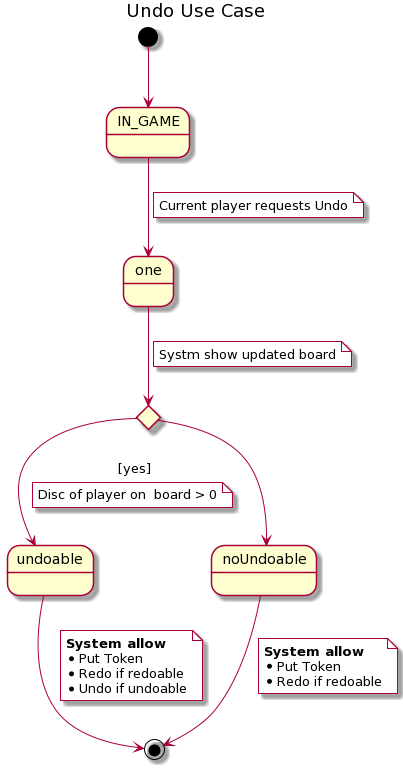
Above: doc/out/casos_uso/undo.png in hugohg34/conecta4 (PlantUML), before the change.
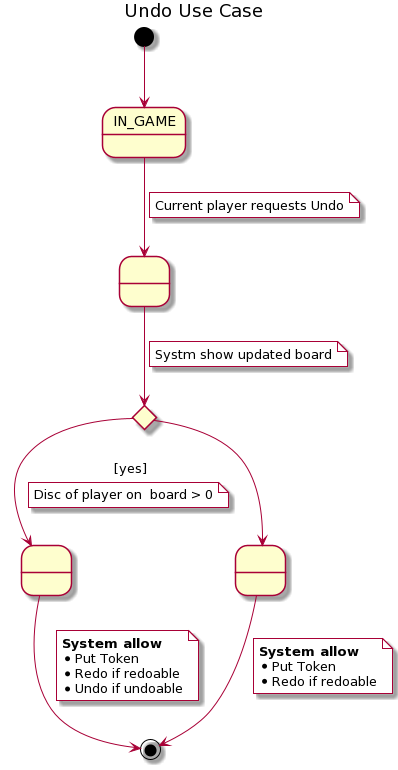
After the commit.

Commit message:
undo state no name

What changed in the source:
```diff
@@ -2,13 +2,12 @@
 title "Undo Use Case"
 
 state IN_GAME
-state one
+state " " as one
 state is_undoable <<choice>>
-state undoable
-state noUndoable
+state " " as undoable
+state " " as noUndoable
 
 [*] --> IN_GAME
-
 IN_GAME --> one
 note on link #white : Current player requests Undo
 one --> is_undoable
```
